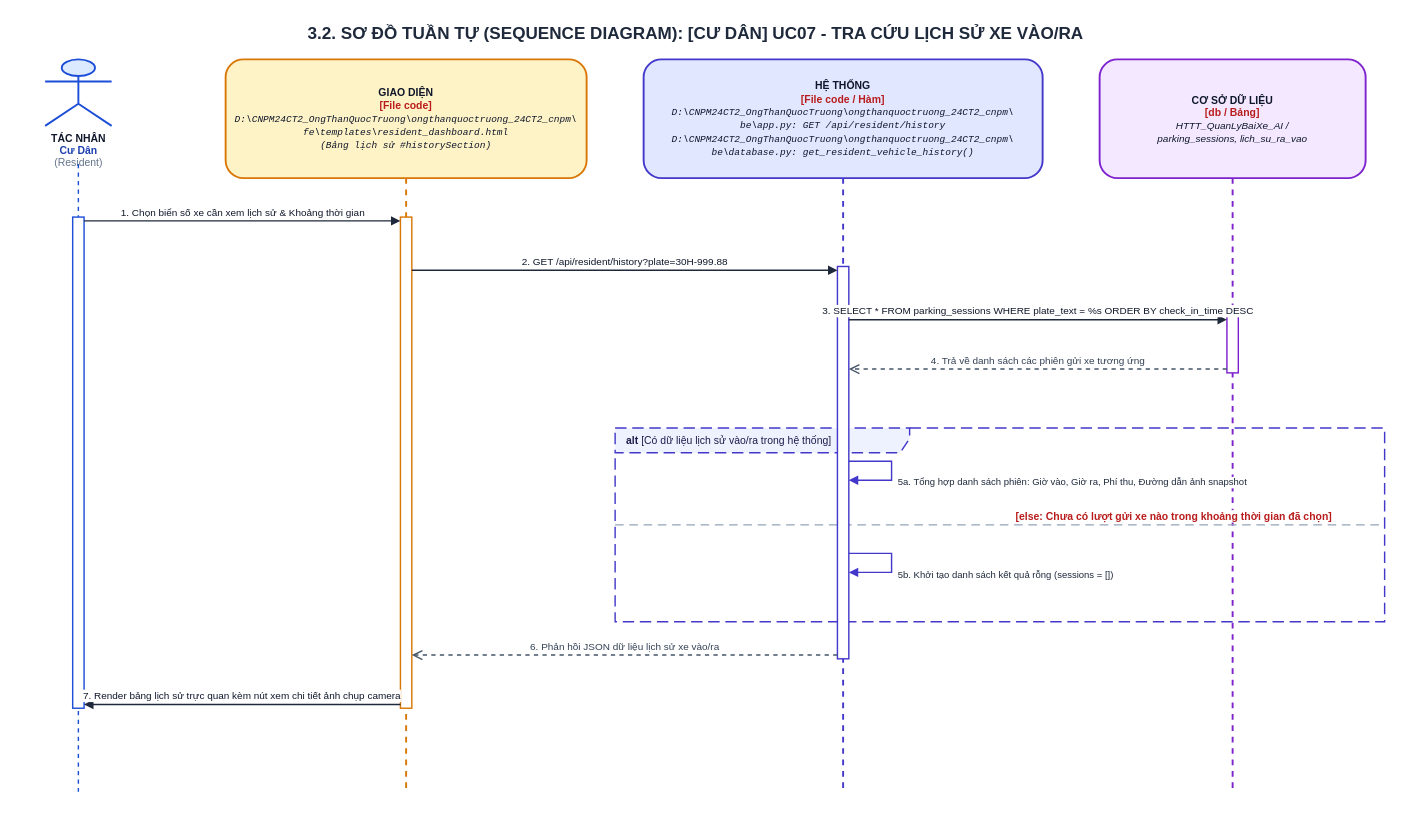
Before: ongthanquoctruong_24CT2_cnpm/docs/drawio/uc07_resident_history.drawio in Truong027/CNPM24, a draw.io diagram. Source tidied: cells renumbered, new cells numbered last; positions are measured from the earlier drawing's top-left corner, leaving out a move shared by most shapes. Both pictures are drawn from the tidied source at 95%, with x=0, y=0 at pixel (16, 16).
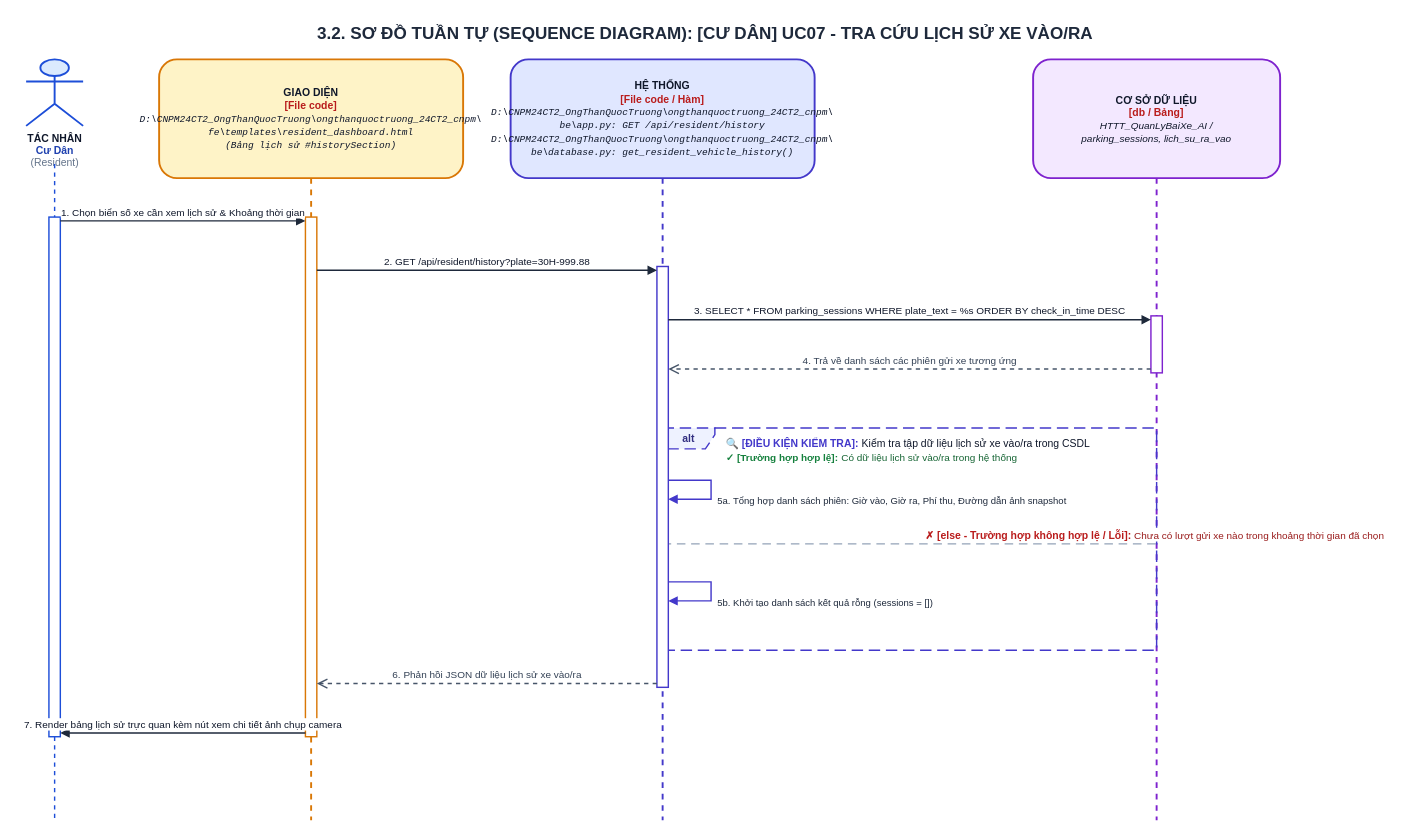
The same page after the edit.

What changed in the source:
```diff
@@
     <mxCell id="2" value="&lt;b&gt;3.2. SƠ ĐỒ TUẦN TỰ (SEQUENCE DIAGRAM): [CƯ DÂN] UC07 - TRA CỨU LỊCH SỬ XE VÀO/RA&lt;/b&gt;" style="text;html=1;strokeColor=none;fillColor=none;align=center;verticalAlign=middle;whiteSpace=wrap;rounded=0;fontSize=18;fontColor=#1E293B;fontStyle=1;" parent="1" vertex="1">
-      <mxGeometry width="1430" height="35" as="geometry" />
+      <mxGeometry width="1450" height="35" as="geometry" />
     </mxCell>
     <mxCell id="3" value="&lt;b&gt;TÁC NHÂN&lt;/b&gt;&lt;br/&gt;&lt;font color='#1E40AF'&gt;&lt;b&gt;Cư Dân&lt;/b&gt;&lt;/font&gt;&lt;br/&gt;&lt;font color='#64748B'&gt;(Resident)&lt;/font&gt;" style="shape=umlActor;verticalLabelPosition=bottom;verticalAlign=top;html=1;fillColor=#DBEAFE;strokeColor=#1D4ED8;strokeWidth=2;fontSize=11;fontColor=#0F172A;align=center;" parent="1" vertex="1">
-      <mxGeometry x="30" y="45" width="70" height="70" as="geometry" />
+      <mxGeometry x="10" y="45" width="60" height="70" as="geometry" />
     </mxCell>
     <mxCell id="4" style="endArrow=none;dashed=1;html=1;strokeWidth=1.5;strokeColor=#1D4ED8;" parent="1" edge="1">
       <mxGeometry relative="1" as="geometry">
-        <mxPoint x="65" y="155" as="sourcePoint" />
-        <mxPoint x="65" y="816" as="targetPoint" />
+        <mxPoint x="40" y="155" as="sourcePoint" />
+        <mxPoint x="40" y="846" as="targetPoint" />
       </mxGeometry>
     </mxCell>
     <mxCell id="5" value="&lt;b&gt;GIAO DIỆN&lt;/b&gt;&lt;br/&gt;&lt;font color='#B91C1C'&gt;&lt;b&gt;[File code]&lt;/b&gt;&lt;/font&gt;&lt;br/&gt;&lt;font style='font-size: 10px; font-family: Consolas, monospace;'&gt;&lt;i&gt;D:\CNPM24CT2_OngThanQuocTruong\ongthanquoctruong_24CT2_cnpm\&lt;br/&gt;fe\templates\resident_dashboard.html&lt;br/&gt;(Bảng lịch sử #historySection)&lt;/i&gt;&lt;/font&gt;" style="shape=umlLifeline;perimeter=lifelinePerimeter;whiteSpace=wrap;html=1;size=125;fillColor=#FEF3C7;strokeColor=#D97706;strokeWidth=2;fontColor=#0F172A;rounded=1;shadow=0;fontSize=11;align=center;" parent="1" vertex="1">
-      <mxGeometry x="220" y="45" width="380" height="771" as="geometry" />
+      <mxGeometry x="150" y="45" width="320" height="801" as="geometry" />
     </mxCell>
     <mxCell id="6" value="&lt;b&gt;HỆ THỐNG&lt;/b&gt;&lt;br/&gt;&lt;font color='#B91C1C'&gt;&lt;b&gt;[File code / Hàm]&lt;/b&gt;&lt;/font&gt;&lt;br/&gt;&lt;font style='font-size: 10px; font-family: Consolas, monospace;'&gt;&lt;i&gt;D:\CNPM24CT2_OngThanQuocTruong\ongthanquoctruong_24CT2_cnpm\&lt;br/&gt;be\app.py: GET /api/resident/history&lt;br/&gt;D:\CNPM24CT2_OngThanQuocTruong\ongthanquoctruong_24CT2_cnpm\&lt;br/&gt;be\database.py: get_resident_vehicle_history()&lt;/i&gt;&lt;/font&gt;" style="shape=umlLifeline;perimeter=lifelinePerimeter;whiteSpace=wrap;html=1;size=125;fillColor=#E0E7FF;strokeColor=#4338CA;strokeWidth=2;fontColor=#0F172A;rounded=1;shadow=0;fontSize=11;align=center;" parent="1" vertex="1">
-      <mxGeometry x="660" y="45" width="420" height="771" as="geometry" />
+      <mxGeometry x="520" y="45" width="320" height="801" as="geometry" />
     </mxCell>
     <mxCell id="7" value="&lt;b&gt;CƠ SỞ DỮ LIỆU&lt;/b&gt;&lt;br/&gt;&lt;font color='#B91C1C'&gt;&lt;b&gt;[db / Bảng]&lt;/b&gt;&lt;/font&gt;&lt;br/&gt;&lt;font style='font-size: 10.5px;'&gt;&lt;i&gt;HTTT_QuanLyBaiXe_AI /&lt;br/&gt;parking_sessions, lich_su_ra_vao&lt;/i&gt;&lt;/font&gt;" style="shape=umlLifeline;perimeter=lifelinePerimeter;whiteSpace=wrap;html=1;size=125;fillColor=#F3E8FF;strokeColor=#7E22CE;strokeWidth=2;fontColor=#0F172A;rounded=1;shadow=0;fontSize=11;align=center;" parent="1" vertex="1">
-      <mxGeometry x="1140" y="45" width="280" height="771" as="geometry" />
+      <mxGeometry x="1070" y="45" width="260" height="801" as="geometry" />
     </mxCell>
-    <mxCell id="8" value="&lt;b&gt;alt&lt;/b&gt; [Có dữ liệu lịch sử vào/ra trong hệ thống]" style="shape=umlFrame;whiteSpace=wrap;html=1;width=310;height=26;dashed=1;dashPattern=8 4;strokeColor=#4338CA;fillColor=#EEF2FF;strokeWidth=1.5;align=left;spacingLeft=10;verticalAlign=top;fontStyle=0;fontSize=11;fontColor=#1E1B4B;" parent="1" vertex="1">
-      <mxGeometry x="630" y="433" width="810" height="204" as="geometry" />
+    <mxCell id="8" value="&lt;b&gt;alt&lt;/b&gt;" style="shape=umlFrame;whiteSpace=wrap;html=1;width=55;height=22;dashed=1;dashPattern=8 4;strokeColor=#4338CA;fillColor=#EEF2FF;strokeWidth=1.5;align=center;verticalAlign=middle;fontStyle=1;fontSize=11;fontColor=#312E81;" parent="1" vertex="1">
+      <mxGeometry x="680" y="433" width="520" height="234" as="geometry" />
     </mxCell>
+    <mxCell id="22" value="&lt;b&gt;&lt;font color='#4338CA' style='font-size: 11px;'&gt;🔍 [ĐIỀU KIỆN KIỂM TRA]:&lt;/font&gt;&lt;/b&gt; &lt;font color='#0F172A' style='font-size: 11px;'&gt;Kiểm tra tập dữ liệu lịch sử xe vào/ra trong CSDL&lt;/font&gt;&lt;br/&gt;&lt;b&gt;&lt;font color='#15803D' style='font-size: 10.5px;'&gt;✓ [Trường hợp hợp lệ]:&lt;/font&gt;&lt;/b&gt; &lt;font color='#166534' style='font-size: 10.5px;'&gt;Có dữ liệu lịch sử vào/ra trong hệ thống&lt;/font&gt;" style="text;html=1;strokeColor=none;fillColor=none;align=left;verticalAlign=top;whiteSpace=wrap;rounded=0;" parent="1" vertex="1">
+      <mxGeometry x="745" y="436" width="445" height="36" as="geometry" />
+    </mxCell>
-    <mxCell id="9" value="&lt;b&gt;[else: Chưa có lượt gửi xe nào trong khoảng thời gian đã chọn]&lt;/b&gt;" style="html=1;strokeWidth=1.5;strokeColor=#94A3B8;dashed=1;dashPattern=6 4;endArrow=none;align=left;verticalAlign=bottom;spacingLeft=15;fontColor=#B91C1C;fontSize=11;fontStyle=0;" parent="1" edge="1">
+    <mxCell id="9" value="&lt;b&gt;&lt;font color='#B91C1C' style='font-size: 11px;'&gt;✗ [else - Trường hợp không hợp lệ / Lỗi]:&lt;/font&gt;&lt;/b&gt; &lt;font color='#991B1B' style='font-size: 10.5px;'&gt;Chưa có lượt gửi xe nào trong khoảng thời gian đã chọn&lt;/font&gt;" style="html=1;strokeWidth=1.5;strokeColor=#94A3B8;dashed=1;dashPattern=6 4;endArrow=none;align=left;verticalAlign=bottom;spacingLeft=15;" parent="1" edge="1">
       <mxGeometry relative="1" as="geometry">
-        <mxPoint x="630" y="535" as="sourcePoint" />
-        <mxPoint x="1440" y="535" as="targetPoint" />
+        <mxPoint x="680" y="555" as="sourcePoint" />
+        <mxPoint x="1200" y="555" as="targetPoint" />
       </mxGeometry>
     </mxCell>
     <mxCell id="10" style="html=1;perimeter=orthogonalPerimeter;targetShapes=umlLifeline;topToBottom=1;fillColor=#FFFFFF;strokeColor=#1D4ED8;strokeWidth=1.5;rounded=0;" parent="1" vertex="1">
-      <mxGeometry x="59" y="211" width="12" height="517" as="geometry" />
+      <mxGeometry x="34" y="211" width="12" height="547" as="geometry" />
     </mxCell>
     <mxCell id="11" style="html=1;perimeter=orthogonalPerimeter;targetShapes=umlLifeline;topToBottom=1;fillColor=#FFFFFF;strokeColor=#D97706;strokeWidth=1.5;rounded=0;" parent="1" vertex="1">
-      <mxGeometry x="404" y="211" width="12" height="517" as="geometry" />
+      <mxGeometry x="304" y="211" width="12" height="547" as="geometry" />
     </mxCell>
     <mxCell id="12" style="html=1;perimeter=orthogonalPerimeter;targetShapes=umlLifeline;topToBottom=1;fillColor=#FFFFFF;strokeColor=#4338CA;strokeWidth=1.5;rounded=0;" parent="1" vertex="1">
-      <mxGeometry x="864" y="263" width="12" height="413" as="geometry" />
+      <mxGeometry x="674" y="263" width="12" height="443" as="geometry" />
     </mxCell>
     <mxCell id="13" style="html=1;perimeter=orthogonalPerimeter;targetShapes=umlLifeline;topToBottom=1;fillColor=#FFFFFF;strokeColor=#7E22CE;strokeWidth=1.5;rounded=0;" parent="1" vertex="1">
-      <mxGeometry x="1274" y="315" width="12" height="60" as="geometry" />
+      <mxGeometry x="1194" y="315" width="12" height="60" as="geometry" />
     </mxCell>
     <mxCell id="14" value="1. Chọn biển số xe cần xem lịch sử &amp; Khoảng thời gian" style="html=1;verticalAlign=bottom;endArrow=block;rounded=0;strokeColor=#1E293B;strokeWidth=1.5;fontColor=#0F172A;fontSize=10.5;" parent="1" edge="1">
       <mxGeometry relative="1" as="geometry">
-        <mxPoint x="71" y="215" as="sourcePoint" />
-        <mxPoint x="404" y="215" as="targetPoint" />
+        <mxPoint x="46" y="215" as="sourcePoint" />
+        <mxPoint x="304" y="215" as="targetPoint" />
       </mxGeometry>
     </mxCell>
     <mxCell id="15" value="2. GET /api/resident/history?plate=30H-999.88" style="html=1;verticalAlign=bottom;endArrow=block;rounded=0;strokeColor=#1E293B;strokeWidth=1.5;fontColor=#0F172A;fontSize=10.5;" parent="1" edge="1">
       <mxGeometry relative="1" as="geometry">
-        <mxPoint x="416" y="267" as="sourcePoint" />
-        <mxPoint x="864" y="267" as="targetPoint" />
+        <mxPoint x="316" y="267" as="sourcePoint" />
+        <mxPoint x="674" y="267" as="targetPoint" />
       </mxGeometry>
     </mxCell>
     <mxCell id="16" value="3. SELECT * FROM parking_sessions WHERE plate_text = %s ORDER BY check_in_time DESC" style="html=1;verticalAlign=bottom;endArrow=block;rounded=0;strokeColor=#1E293B;strokeWidth=1.5;fontColor=#0F172A;fontSize=10.5;" parent="1" edge="1">
       <mxGeometry relative="1" as="geometry">
-        <mxPoint x="876" y="319" as="sourcePoint" />
-        <mxPoint x="1274" y="319" as="targetPoint" />
+        <mxPoint x="686" y="319" as="sourcePoint" />
+        <mxPoint x="1194" y="319" as="targetPoint" />
       </mxGeometry>
     </mxCell>
     <mxCell id="17" value="4. Trả về danh sách các phiên gửi xe tương ứng" style="html=1;verticalAlign=bottom;endArrow=open;dashed=1;endSize=8;rounded=0;strokeColor=#475569;strokeWidth=1.5;fontColor=#334155;fontSize=10.5;" parent="1" edge="1">
       <mxGeometry relative="1" as="geometry">
-        <mxPoint x="1274" y="371" as="sourcePoint" />
-        <mxPoint x="876" y="371" as="targetPoint" />
+        <mxPoint x="1194" y="371" as="sourcePoint" />
+        <mxPoint x="686" y="371" as="targetPoint" />
       </mxGeometry>
     </mxCell>
     <mxCell id="18" value="5a. Tổng hợp danh sách phiên: Giờ vào, Giờ ra, Phí thu, Đường dẫn ảnh snapshot" style="html=1;align=left;spacingLeft=5;verticalAlign=top;endArrow=block;rounded=0;edgeStyle=orthogonalEdgeStyle;curved=0;strokeColor=#4338CA;strokeWidth=1.5;fontColor=#1E293B;fontSize=10;" parent="1" edge="1">
       <mxGeometry relative="1" as="geometry">
-        <mxPoint x="876" y="468" as="sourcePoint" />
-        <mxPoint x="876" y="488" as="targetPoint" />
+        <mxPoint x="686" y="488" as="sourcePoint" />
+        <mxPoint x="686" y="508" as="targetPoint" />
         <Array as="points">
-          <mxPoint x="921" y="468" />
-          <mxPoint x="921" y="488" />
+          <mxPoint x="731" y="488" />
+          <mxPoint x="731" y="508" />
         </Array>
       </mxGeometry>
     </mxCell>
     <mxCell id="19" value="5b. Khởi tạo danh sách kết quả rỗng (sessions = [])" style="html=1;align=left;spacingLeft=5;verticalAlign=top;endArrow=block;rounded=0;edgeStyle=orthogonalEdgeStyle;curved=0;strokeColor=#4338CA;strokeWidth=1.5;fontColor=#1E293B;fontSize=10;" parent="1" edge="1">
       <mxGeometry relative="1" as="geometry">
-        <mxPoint x="876" y="565" as="sourcePoint" />
-        <mxPoint x="876" y="585" as="targetPoint" />
+        <mxPoint x="686" y="595" as="sourcePoint" />
+        <mxPoint x="686" y="615" as="targetPoint" />
         <Array as="points">
-          <mxPoint x="921" y="565" />
-          <mxPoint x="921" y="585" />
+          <mxPoint x="731" y="595" />
+          <mxPoint x="731" y="615" />
         </Array>
       </mxGeometry>
     </mxCell>
     <mxCell id="20" value="6. Phản hồi JSON dữ liệu lịch sử xe vào/ra" style="html=1;verticalAlign=bottom;endArrow=open;dashed=1;endSize=8;rounded=0;strokeColor=#475569;strokeWidth=1.5;fontColor=#334155;fontSize=10.5;" parent="1" edge="1">
       <mxGeometry relative="1" as="geometry">
-        <mxPoint x="864" y="672" as="sourcePoint" />
-        <mxPoint x="416" y="672" as="targetPoint" />
+        <mxPoint x="674" y="702" as="sourcePoint" />
+        <mxPoint x="316" y="702" as="targetPoint" />
       </mxGeometry>
     </mxCell>
     <mxCell id="21" value="7. Render bảng lịch sử trực quan kèm nút xem chi tiết ảnh chụp camera" style="html=1;verticalAlign=bottom;endArrow=block;rounded=0;strokeColor=#1E293B;strokeWidth=1.5;fontColor=#0F172A;fontSize=10.5;" parent="1" edge="1">
       <mxGeometry relative="1" as="geometry">
-        <mxPoint x="404" y="724" as="sourcePoint" />
-        <mxPoint x="71" y="724" as="targetPoint" />
+        <mxPoint x="304" y="754" as="sourcePoint" />
+        <mxPoint x="46" y="754" as="targetPoint" />
       </mxGeometry>
     </mxCell>
```
